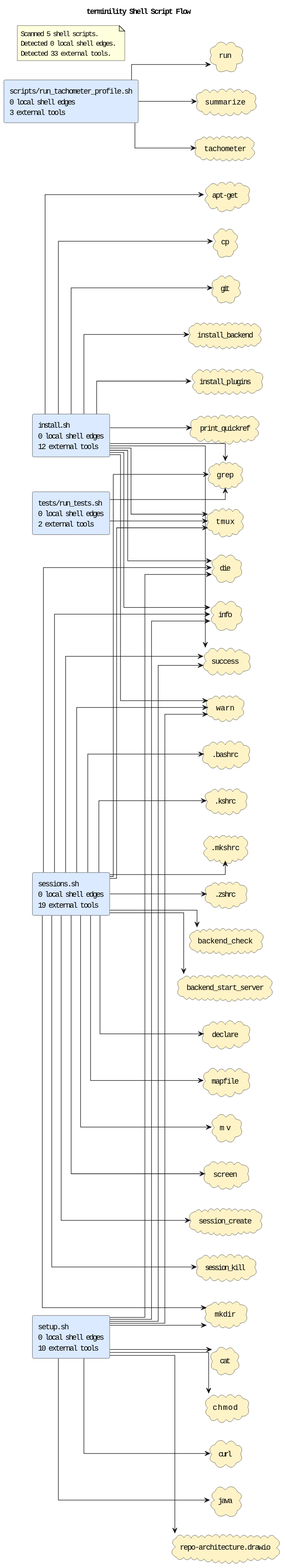
The PlantUML diagram docs/diagrams/shell-call-graph.puml.svg in casonk/terminility, before a commit.
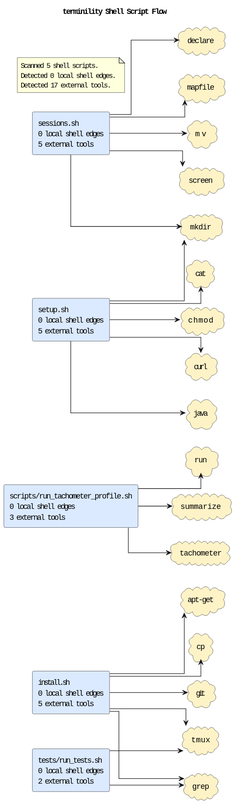
The same diagram one commit later.

Commit message:
docs: publish local diagram, reference and lesson updates (#11)

The edit, as a diff of the source:
```diff
@@ -5,93 +5,51 @@
 skinparam defaultFontName Monospace
 skinparam componentStyle rectangle
 skinparam linetype ortho
-rectangle "install.sh\n0 local shell edges\n12 external tools" as shell_install_sh #DBEAFE
+rectangle "install.sh\n0 local shell edges\n5 external tools" as shell_install_sh #DBEAFE
 rectangle "scripts/run_tachometer_profile.sh\n0 local shell edges\n3 external tools" as shell_scripts_run_tachometer_profile_sh #DBEAFE
-rectangle "sessions.sh\n0 local shell edges\n19 external tools" as shell_sessions_sh #DBEAFE
-rectangle "setup.sh\n0 local shell edges\n10 external tools" as shell_setup_sh #DBEAFE
+rectangle "sessions.sh\n0 local shell edges\n5 external tools" as shell_sessions_sh #DBEAFE
+rectangle "setup.sh\n0 local shell edges\n5 external tools" as shell_setup_sh #DBEAFE
 rectangle "tests/run_tests.sh\n0 local shell edges\n2 external tools" as shell_tests_run_tests_sh #DBEAFE
-cloud ".bashrc" as tool_bashrc #FEF3C7
-cloud ".kshrc" as tool_kshrc #FEF3C7
-cloud ".mkshrc" as tool_mkshrc #FEF3C7
-cloud ".zshrc" as tool_zshrc #FEF3C7
 cloud "apt-get" as tool_apt_get #FEF3C7
-cloud "backend_check" as tool_backend_check #FEF3C7
-cloud "backend_start_server" as tool_backend_start_server #FEF3C7
 cloud "cat" as tool_cat #FEF3C7
 cloud "chmod" as tool_chmod #FEF3C7
 cloud "cp" as tool_cp #FEF3C7
 cloud "curl" as tool_curl #FEF3C7
 cloud "declare" as tool_declare #FEF3C7
-cloud "die" as tool_die #FEF3C7
 cloud "git" as tool_git #FEF3C7
 cloud "grep" as tool_grep #FEF3C7
-cloud "info" as tool_info #FEF3C7
-cloud "install_backend" as tool_install_backend #FEF3C7
-cloud "install_plugins" as tool_install_plugins #FEF3C7
 cloud "java" as tool_java #FEF3C7
 cloud "mapfile" as tool_mapfile #FEF3C7
 cloud "mkdir" as tool_mkdir #FEF3C7
 cloud "mv" as tool_mv #FEF3C7
-cloud "print_quickref" as tool_print_quickref #FEF3C7
-cloud "repo-architecture.drawio" as tool_repo_architecture_drawio #FEF3C7
 cloud "run" as tool_run #FEF3C7
 cloud "screen" as tool_screen #FEF3C7
-cloud "session_create" as tool_session_create #FEF3C7
-cloud "session_kill" as tool_session_kill #FEF3C7
-cloud "success" as tool_success #FEF3C7
 cloud "summarize" as tool_summarize #FEF3C7
 cloud "tachometer" as tool_tachometer #FEF3C7
 cloud "tmux" as tool_tmux #FEF3C7
-cloud "warn" as tool_warn #FEF3C7
 shell_install_sh --> tool_apt_get
 shell_install_sh --> tool_cp
-shell_install_sh --> tool_die
 shell_install_sh --> tool_git
 shell_install_sh --> tool_grep
-shell_install_sh --> tool_info
-shell_install_sh --> tool_install_backend
-shell_install_sh --> tool_install_plugins
-shell_install_sh --> tool_print_quickref
-shell_install_sh --> tool_success
 shell_install_sh --> tool_tmux
-shell_install_sh --> tool_warn
 shell_scripts_run_tachometer_profile_sh --> tool_run
 shell_scripts_run_tachometer_profile_sh --> tool_summarize
 shell_scripts_run_tachometer_profile_sh --> tool_tachometer
-shell_sessions_sh --> tool_bashrc
-shell_sessions_sh --> tool_kshrc
-shell_sessions_sh --> tool_mkshrc
-shell_sessions_sh --> tool_zshrc
-shell_sessions_sh --> tool_backend_check
-shell_sessions_sh --> tool_backend_start_server
 shell_sessions_sh --> tool_declare
-shell_sessions_sh --> tool_die
-shell_sessions_sh --> tool_grep
-shell_sessions_sh --> tool_info
 shell_sessions_sh --> tool_mapfile
 shell_sessions_sh --> tool_mkdir
 shell_sessions_sh --> tool_mv
 shell_sessions_sh --> tool_screen
-shell_sessions_sh --> tool_session_create
-shell_sessions_sh --> tool_session_kill
-shell_sessions_sh --> tool_success
-shell_sessions_sh --> tool_tmux
-shell_sessions_sh --> tool_warn
 shell_setup_sh --> tool_cat
 shell_setup_sh --> tool_chmod
 shell_setup_sh --> tool_curl
-shell_setup_sh --> tool_die
-shell_setup_sh --> tool_info
 shell_setup_sh --> tool_java
 shell_setup_sh --> tool_mkdir
-shell_setup_sh --> tool_repo_architecture_drawio
-shell_setup_sh --> tool_success
-shell_setup_sh --> tool_warn
 shell_tests_run_tests_sh --> tool_grep
 shell_tests_run_tests_sh --> tool_tmux
 note as shellGraphSummary
 Scanned 5 shell scripts.
 Detected 0 local shell edges.
-Detected 33 external tools.
+Detected 17 external tools.
 end note
 @enduml
```
